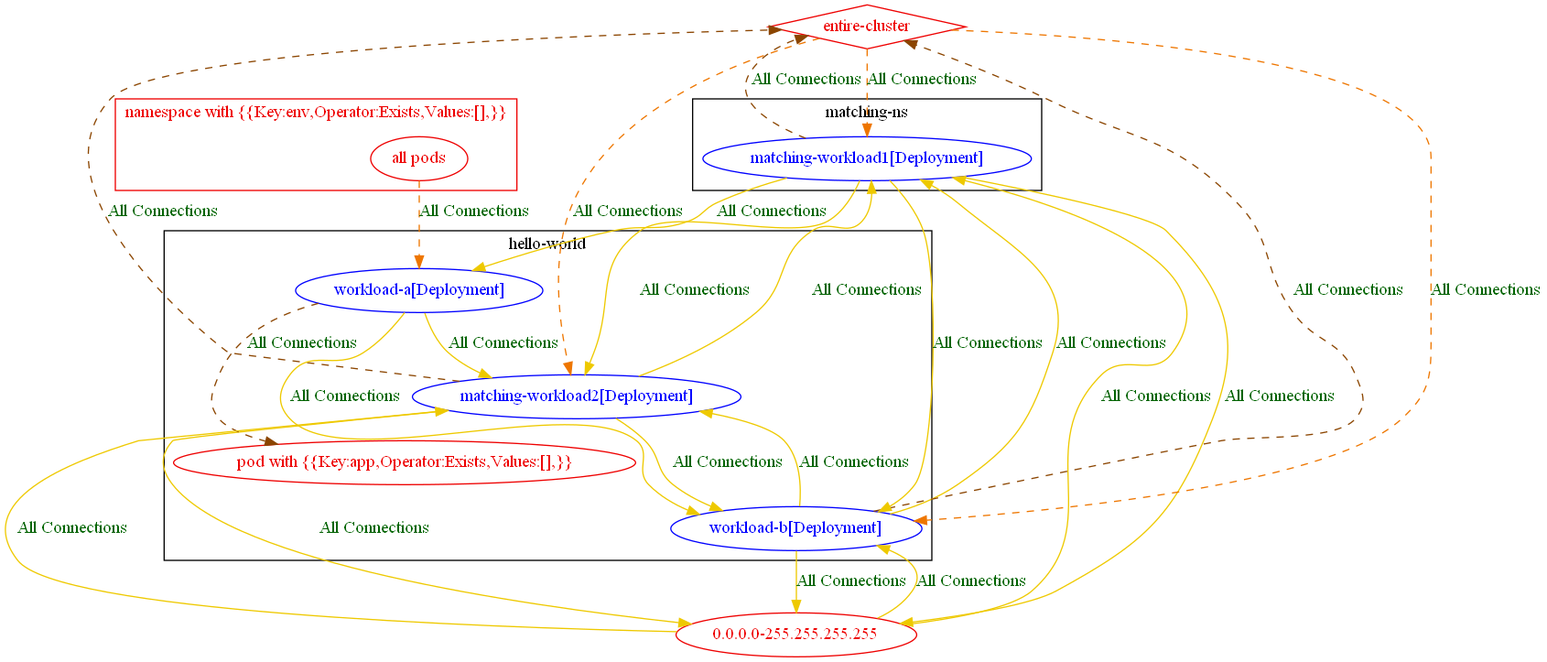
The Graphviz diagram test_outputs/connlist/exposure_test_with_match_expression_exists_op_with_matching_pods_exposure_output.dot.png in np-guard/netpol-analyzer, before a commit. Its source is kept beside it as test_outputs/connlist/exposure_test_with_match_expression_exists_op_with_matching_pods_exposure_output.dot.
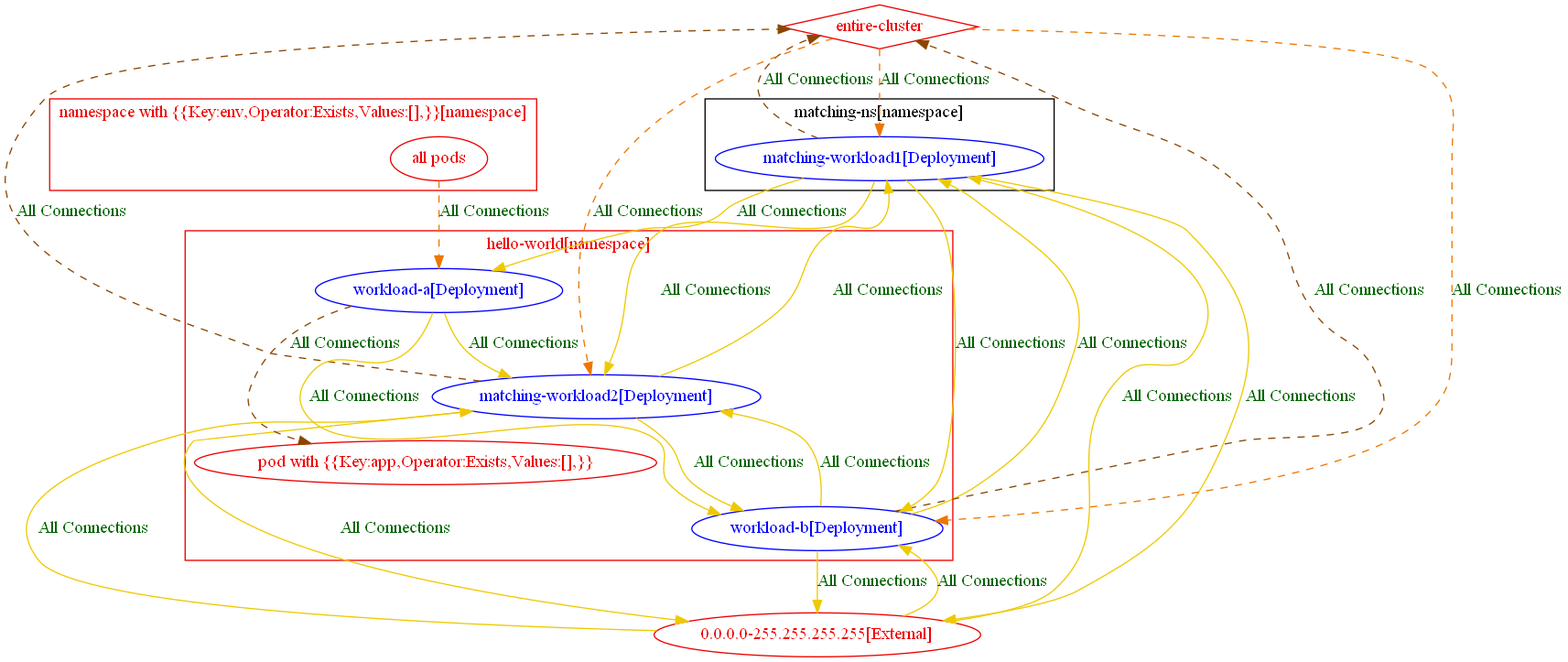
Later version of the same file.

Change to the diagram source:
```diff
@@ -1,46 +1,51 @@
 digraph {
-	subgraph "cluster_hello_world" {
+	subgraph "cluster_hello_world[namespace]" {
 		color="black"
 		fontcolor="black"
 		"hello-world/matching-workload2[Deployment]" [label="matching-workload2[Deployment]" color="blue" fontcolor="blue"]
 		"hello-world/workload-a[Deployment]" [label="workload-a[Deployment]" color="blue" fontcolor="blue"]
 		"hello-world/workload-b[Deployment]" [label="workload-b[Deployment]" color="blue" fontcolor="blue"]
-		"pod with {{Key:app,Operator:Exists,Values:[],}}_in_hello-world" [label="pod with {{Key:app,Operator:Exists,Values:[],}}" color="red2" fontcolor="red2"]
-		label="hello-world"
+		label="hello-world[namespace]"
 	}
-	subgraph "cluster_matching_ns" {
+	subgraph "cluster_matching_ns[namespace]" {
 		color="black"
 		fontcolor="black"
 		"matching-ns/matching-workload1[Deployment]" [label="matching-workload1[Deployment]" color="blue" fontcolor="blue"]
-		label="matching-ns"
+		label="matching-ns[namespace]"
 	}
-	subgraph "cluster_namespace with {{Key:env,Operator:Exists,Values:[],}}" {
+	subgraph "cluster_hello_world[namespace]" {
+		color="red2"
+		fontcolor="red2"
+		"pod with {{Key:app,Operator:Exists,Values:[],}}_in_hello-world" [label="pod with {{Key:app,Operator:Exists,Values:[],}}" color="red2" fontcolor="red2"]
+		label="hello-world[namespace]"
+	}
+	subgraph "cluster_namespace with {{Key:env,Operator:Exists,Values:[],}}[namespace]" {
 		color="red2"
 		fontcolor="red2"
 		"all pods_in_namespace with {{Key:env,Operator:Exists,Values:[],}}" [label="all pods" color="red2" fontcolor="red2"]
-		label="namespace with {{Key:env,Operator:Exists,Values:[],}}"
+		label="namespace with {{Key:env,Operator:Exists,Values:[],}}[namespace]"
 	}
-	"0.0.0.0-255.255.255.255" [label="0.0.0.0-255.255.255.255" color="red2" fontcolor="red2"]
+	"0.0.0.0-255.255.255.255[External]" [label="0.0.0.0-255.255.255.255[External]" color="red2" fontcolor="red2"]
 	"entire-cluster" [label="entire-cluster" color="red2" fontcolor="red2" shape=diamond]
-	"0.0.0.0-255.255.255.255" -> "hello-world/matching-workload2[Deployment]" [label="All Connections" color="gold2" fontcolor="darkgreen" weight=0.5]
-	"0.0.0.0-255.255.255.255" -> "hello-world/workload-b[Deployment]" [label="All Connections" color="gold2" fontcolor="darkgreen" weight=0.5]
-	"0.0.0.0-255.255.255.255" -> "matching-ns/matching-workload1[Deployment]" [label="All Connections" color="gold2" fontcolor="darkgreen" weight=0.5]
+	"0.0.0.0-255.255.255.255[External]" -> "hello-world/matching-workload2[Deployment]" [label="All Connections" color="gold2" fontcolor="darkgreen" weight=0.5]
+	"0.0.0.0-255.255.255.255[External]" -> "hello-world/workload-b[Deployment]" [label="All Connections" color="gold2" fontcolor="darkgreen" weight=0.5]
+	"0.0.0.0-255.255.255.255[External]" -> "matching-ns/matching-workload1[Deployment]" [label="All Connections" color="gold2" fontcolor="darkgreen" weight=0.5]
 	"all pods_in_namespace with {{Key:env,Operator:Exists,Values:[],}}" -> "hello-world/workload-a[Deployment]" [label="All Connections" color="darkorange2" fontcolor="darkgreen" weight=1 style=dashed]
 	"entire-cluster" -> "hello-world/matching-workload2[Deployment]" [label="All Connections" color="darkorange2" fontcolor="darkgreen" weight=1 style=dashed]
 	"entire-cluster" -> "hello-world/workload-b[Deployment]" [label="All Connections" color="darkorange2" fontcolor="darkgreen" weight=1 style=dashed]
 	"entire-cluster" -> "matching-ns/matching-workload1[Deployment]" [label="All Connections" color="darkorange2" fontcolor="darkgreen" weight=1 style=dashed]
-	"hello-world/matching-workload2[Deployment]" -> "0.0.0.0-255.255.255.255" [label="All Connections" color="gold2" fontcolor="darkgreen" weight=1]
+	"hello-world/matching-workload2[Deployment]" -> "0.0.0.0-255.255.255.255[External]" [label="All Connections" color="gold2" fontcolor="darkgreen" weight=1]
 	"hello-world/matching-workload2[Deployment]" -> "entire-cluster" [label="All Connections" color="darkorange4" fontcolor="darkgreen" weight=0.5 style=dashed]
 	"hello-world/matching-workload2[Deployment]" -> "hello-world/workload-b[Deployment]" [label="All Connections" color="gold2" fontcolor="darkgreen" weight=0.5]
 	"hello-world/matching-workload2[Deployment]" -> "matching-ns/matching-workload1[Deployment]" [label="All Connections" color="gold2" fontcolor="darkgreen" weight=0.5]
 	"hello-world/workload-a[Deployment]" -> "hello-world/matching-workload2[Deployment]" [label="All Connections" color="gold2" fontcolor="darkgreen" weight=1]
 	"hello-world/workload-a[Deployment]" -> "hello-world/workload-b[Deployment]" [label="All Connections" color="gold2" fontcolor="darkgreen" weight=0.5]
 	"hello-world/workload-a[Deployment]" -> "pod with {{Key:app,Operator:Exists,Values:[],}}_in_hello-world" [label="All Connections" color="darkorange4" fontcolor="darkgreen" weight=0.5 style=dashed]
-	"hello-world/workload-b[Deployment]" -> "0.0.0.0-255.255.255.255" [label="All Connections" color="gold2" fontcolor="darkgreen" weight=1]
+	"hello-world/workload-b[Deployment]" -> "0.0.0.0-255.255.255.255[External]" [label="All Connections" color="gold2" fontcolor="darkgreen" weight=1]
 	"hello-world/workload-b[Deployment]" -> "entire-cluster" [label="All Connections" color="darkorange4" fontcolor="darkgreen" weight=0.5 style=dashed]
 	"hello-world/workload-b[Deployment]" -> "hello-world/matching-workload2[Deployment]" [label="All Connections" color="gold2" fontcolor="darkgreen" weight=1]
 	"hello-world/workload-b[Deployment]" -> "matching-ns/matching-workload1[Deployment]" [label="All Connections" color="gold2" fontcolor="darkgreen" weight=0.5]
-	"matching-ns/matching-workload1[Deployment]" -> "0.0.0.0-255.255.255.255" [label="All Connections" color="gold2" fontcolor="darkgreen" weight=1]
+	"matching-ns/matching-workload1[Deployment]" -> "0.0.0.0-255.255.255.255[External]" [label="All Connections" color="gold2" fontcolor="darkgreen" weight=1]
 	"matching-ns/matching-workload1[Deployment]" -> "entire-cluster" [label="All Connections" color="darkorange4" fontcolor="darkgreen" weight=0.5 style=dashed]
 	"matching-ns/matching-workload1[Deployment]" -> "hello-world/matching-workload2[Deployment]" [label="All Connections" color="gold2" fontcolor="darkgreen" weight=1]
 	"matching-ns/matching-workload1[Deployment]" -> "hello-world/workload-a[Deployment]" [label="All Connections" color="gold2" fontcolor="darkgreen" weight=1]
```
